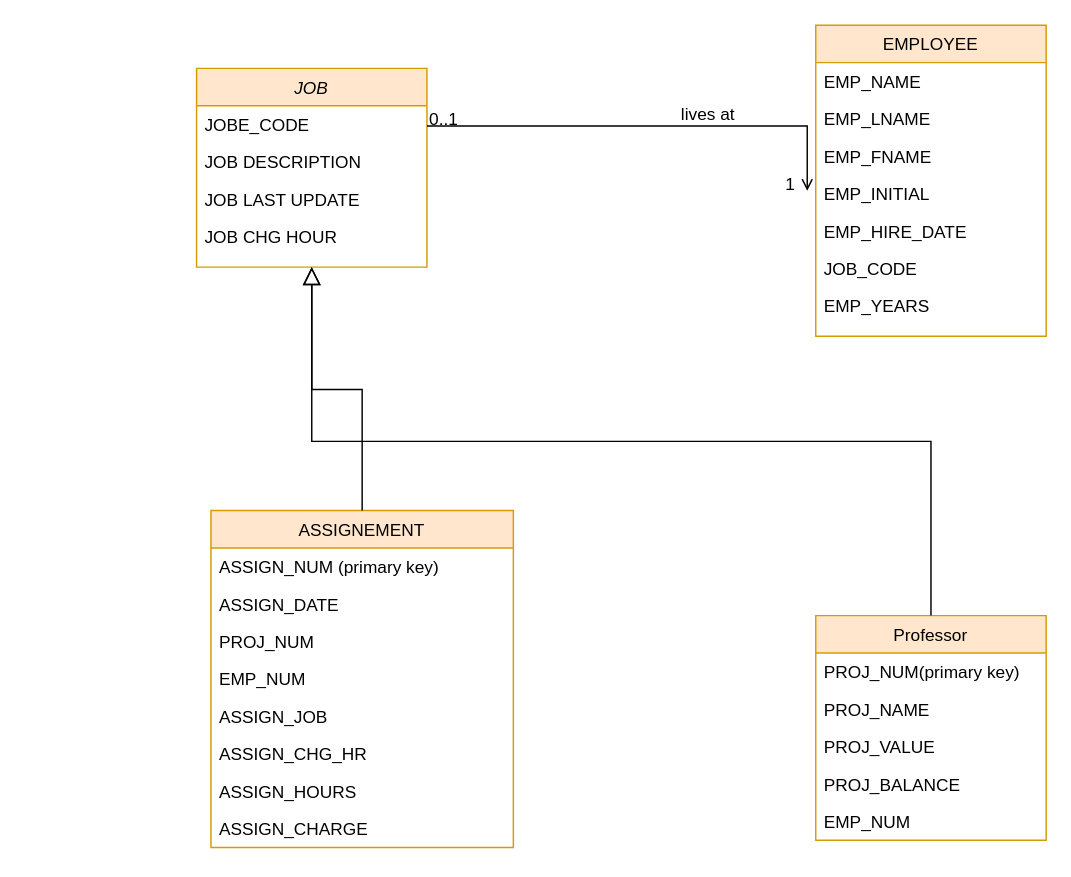
Earlier version of the draw.io diagram employee relational.drawio (Collins07/Employee-data). Source tidied: cells renumbered, new cells numbered last; positions are measured from the earlier drawing's top-left corner, leaving out a move shared by most shapes. Both pictures are drawn from the tidied source at 144%, with x=0, y=0 at pixel (196, 24).
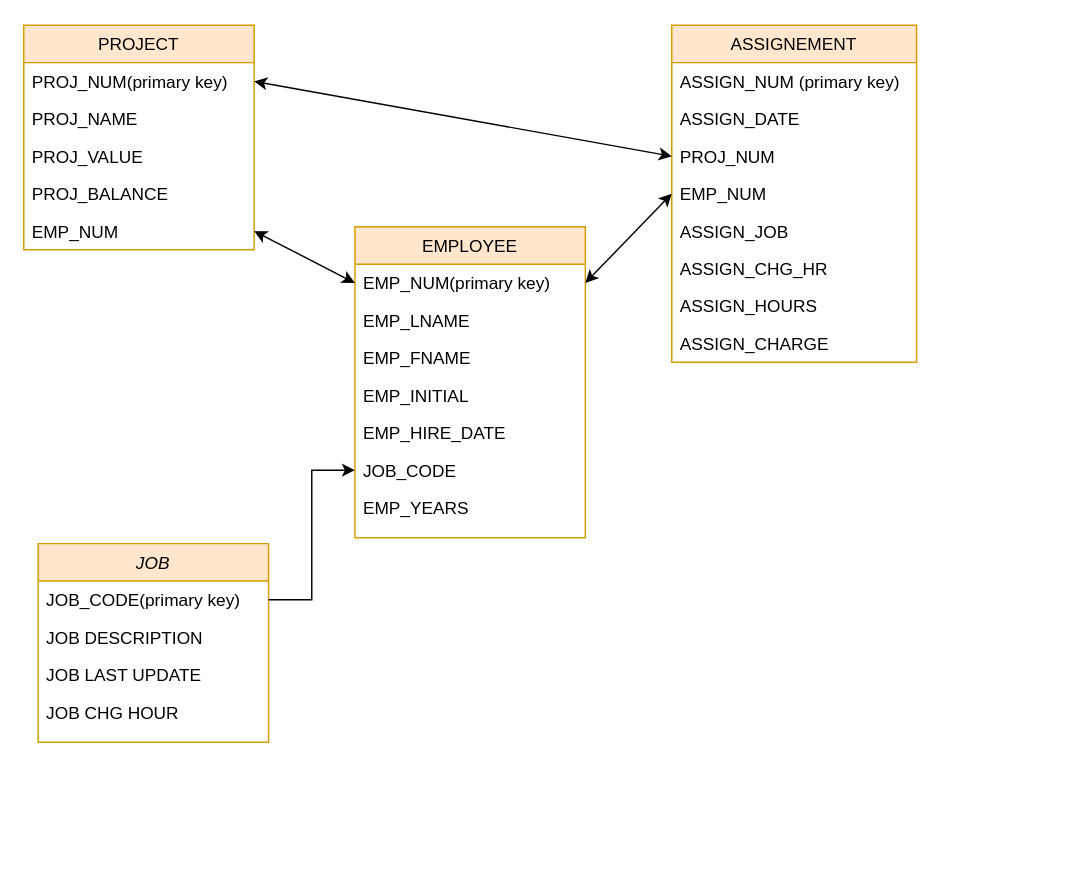
The same page after the edit.

Unchanged cells that the change refers to:
```xml
<mxCell id="18" value="PROJ_NUM(primary key)" style="text;align=left;verticalAlign=top;spacingLeft=4;spacingRight=4;overflow=hidden;points=[[0,0.5],[1,0.5]];portConstraint=eastwest;" parent="17" vertex="1">
  <mxGeometry y="26" width="160" height="26" as="geometry" />
</mxCell>
<mxCell id="22" value="EMP_NUM" style="text;align=left;verticalAlign=top;spacingLeft=4;spacingRight=4;overflow=hidden;points=[[0,0.5],[1,0.5]];portConstraint=eastwest;" parent="17" vertex="1">
  <mxGeometry y="130" width="160" height="26" as="geometry" />
</mxCell>
<mxCell id="28" value="EMP_INITIAL" style="text;align=left;verticalAlign=top;spacingLeft=4;spacingRight=4;overflow=hidden;points=[[0,0.5],[1,0.5]];portConstraint=eastwest;rounded=0;shadow=0;html=0;" parent="24" vertex="1">
  <mxGeometry y="104" width="160" height="26" as="geometry" />
</mxCell>
<mxCell id="30" value="JOB_CODE" style="text;align=left;verticalAlign=top;spacingLeft=4;spacingRight=4;overflow=hidden;points=[[0,0.5],[1,0.5]];portConstraint=eastwest;" parent="24" vertex="1">
  <mxGeometry y="156" width="160" height="26" as="geometry" />
</mxCell>
```

Change to the diagram source:
```diff
@@
     <mxCell id="2" value="JOB" style="swimlane;fontStyle=2;align=center;verticalAlign=top;horizontal=1;startSize=26;rounded=0;shadow=0;strokeWidth=1;fillColor=#ffe6cc;strokeColor=#d79b00;" parent="1" vertex="1">
-      <mxGeometry y="30" width="160" height="138" as="geometry" />
+      <mxGeometry x="-110" y="360" width="160" height="138" as="geometry" />
     </mxCell>
-    <mxCell id="3" value="JOBE_CODE" style="text;align=left;verticalAlign=top;spacingLeft=4;spacingRight=4;overflow=hidden;points=[[0,0.5],[1,0.5]];portConstraint=eastwest;rounded=0;shadow=0;html=0;" parent="2" vertex="1">
+    <mxCell id="3" value="JOB_CODE(primary key)" style="text;align=left;verticalAlign=top;spacingLeft=4;spacingRight=4;overflow=hidden;points=[[0,0.5],[1,0.5]];portConstraint=eastwest;rounded=0;shadow=0;html=0;" parent="2" vertex="1">
       <mxGeometry y="26" width="160" height="26" as="geometry" />
     </mxCell>
@@
     <mxCell id="7" value="ASSIGNEMENT" style="swimlane;fontStyle=0;align=center;verticalAlign=top;horizontal=1;startSize=26;rounded=0;shadow=0;strokeWidth=1;fillColor=#ffe6cc;strokeColor=#d79b00;" parent="1" vertex="1">
-      <mxGeometry x="10" y="337" width="210" height="234" as="geometry" />
+      <mxGeometry x="330" width="170" height="234" as="geometry" />
     </mxCell>
     <mxCell id="8" value="ASSIGN_NUM (primary key)" style="text;align=left;verticalAlign=top;spacingLeft=4;spacingRight=4;overflow=hidden;" parent="7" vertex="1">
-      <mxGeometry y="26" width="210" height="26" as="geometry" />
+      <mxGeometry y="26" width="170" height="26" as="geometry" />
     </mxCell>
     <mxCell id="9" value="ASSIGN_DATE" style="text;align=left;verticalAlign=top;spacingLeft=4;spacingRight=4;overflow=hidden;rounded=0;shadow=0;html=0;" parent="7" vertex="1">
-      <mxGeometry y="52" width="210" height="26" as="geometry" />
+      <mxGeometry y="52" width="170" height="26" as="geometry" />
     </mxCell>
     <mxCell id="10" value="PROJ_NUM" style="text;align=left;verticalAlign=top;spacingLeft=4;spacingRight=4;overflow=hidden;points=[[0,0.5],[1,0.5]];portConstraint=eastwest;fontStyle=0;" parent="7" vertex="1">
-      <mxGeometry y="78" width="210" height="26" as="geometry" />
+      <mxGeometry y="78" width="170" height="26" as="geometry" />
     </mxCell>
     <mxCell id="11" value="EMP_NUM" style="text;align=left;verticalAlign=top;spacingLeft=4;spacingRight=4;overflow=hidden;points=[[0,0.5],[1,0.5]];portConstraint=eastwest;fontStyle=0;" parent="7" vertex="1">
-      <mxGeometry y="104" width="210" height="26" as="geometry" />
+      <mxGeometry y="104" width="170" height="26" as="geometry" />
     </mxCell>
     <mxCell id="12" value="ASSIGN_JOB" style="text;align=left;verticalAlign=top;spacingLeft=4;spacingRight=4;overflow=hidden;" parent="7" vertex="1">
-      <mxGeometry y="130" width="210" height="26" as="geometry" />
+      <mxGeometry y="130" width="170" height="26" as="geometry" />
     </mxCell>
     <mxCell id="13" value="ASSIGN_CHG_HR" style="text;align=left;verticalAlign=top;spacingLeft=4;spacingRight=4;overflow=hidden;" parent="7" vertex="1">
-      <mxGeometry y="156" width="210" height="26" as="geometry" />
+      <mxGeometry y="156" width="170" height="26" as="geometry" />
     </mxCell>
     <mxCell id="14" value="ASSIGN_HOURS" style="text;align=left;verticalAlign=top;spacingLeft=4;spacingRight=4;overflow=hidden;" parent="7" vertex="1">
-      <mxGeometry y="182" width="210" height="26" as="geometry" />
+      <mxGeometry y="182" width="170" height="26" as="geometry" />
     </mxCell>
     <mxCell id="15" value="ASSIGN_CHARGE" style="text;align=left;verticalAlign=top;spacingLeft=4;spacingRight=4;overflow=hidden;" parent="7" vertex="1">
-      <mxGeometry y="208" width="210" height="26" as="geometry" />
+      <mxGeometry y="208" width="170" height="26" as="geometry" />
     </mxCell>
-    <mxCell id="16" style="endArrow=block;endSize=10;endFill=0;shadow=0;strokeWidth=1;rounded=0;edgeStyle=elbowEdgeStyle;elbow=vertical;" parent="1" edge="1" source="7" target="2">
-      <mxGeometry relative="1" as="geometry" />
-    </mxCell>
-    <mxCell id="17" value="Professor" style="swimlane;fontStyle=0;align=center;verticalAlign=top;horizontal=1;startSize=26;rounded=0;shadow=0;strokeWidth=1;fillColor=#ffe6cc;strokeColor=#d79b00;" parent="1" vertex="1">
-      <mxGeometry x="430" y="410" width="160" height="156" as="geometry" />
+    <mxCell id="17" value="PROJECT" style="swimlane;fontStyle=0;align=center;verticalAlign=top;horizontal=1;startSize=26;rounded=0;shadow=0;strokeWidth=1;fillColor=#ffe6cc;strokeColor=#d79b00;" parent="1" vertex="1">
+      <mxGeometry x="-120" width="160" height="156" as="geometry" />
     </mxCell>
@@
-    <mxCell id="23" style="endArrow=block;endSize=10;endFill=0;shadow=0;strokeWidth=1;rounded=0;edgeStyle=elbowEdgeStyle;elbow=vertical;" parent="1" edge="1" source="17" target="2">
-      <mxGeometry relative="1" as="geometry" />
-    </mxCell>
     <mxCell id="24" value="EMPLOYEE" style="swimlane;fontStyle=0;align=center;verticalAlign=top;horizontal=1;startSize=26;rounded=0;shadow=0;strokeWidth=1;fillColor=#ffe6cc;strokeColor=#d79b00;" parent="1" vertex="1">
-      <mxGeometry x="430" width="160" height="216" as="geometry" />
+      <mxGeometry x="110" y="140" width="160" height="216" as="geometry" />
     </mxCell>
-    <mxCell id="25" value="EMP_NAME" style="text;align=left;verticalAlign=top;spacingLeft=4;spacingRight=4;overflow=hidden;points=[[0,0.5],[1,0.5]];portConstraint=eastwest;" parent="24" vertex="1">
+    <mxCell id="25" value="EMP_NUM(primary key)" style="text;align=left;verticalAlign=top;spacingLeft=4;spacingRight=4;overflow=hidden;points=[[0,0.5],[1,0.5]];portConstraint=eastwest;" parent="24" vertex="1">
       <mxGeometry y="26" width="160" height="26" as="geometry" />
     </mxCell>
@@
-    <mxCell id="32" style="endArrow=open;shadow=0;strokeWidth=1;rounded=0;endFill=1;edgeStyle=elbowEdgeStyle;elbow=vertical;entryX=-0.037;entryY=0.423;entryDx=0;entryDy=0;entryPerimeter=0;" parent="1" edge="1" source="2" target="28">
-      <mxGeometry x="0.5" y="41" relative="1" as="geometry">
-        <Array as="points">
-          <mxPoint x="200" y="70" />
-        </Array>
-        <mxPoint x="-40" y="32" as="offset" />
-      </mxGeometry>
-    </mxCell>
-    <mxCell id="33" value="0..1" style="align=left;verticalAlign=bottom;labelBackgroundColor=none;fontSize=12;" parent="32" vertex="1">
-      <mxGeometry x="-1" relative="1" as="geometry">
-        <mxPoint y="4" as="offset" />
-      </mxGeometry>
-    </mxCell>
-    <mxCell id="34" value="1" style="align=right;verticalAlign=bottom;labelBackgroundColor=none;fontSize=12;" parent="32" vertex="1">
-      <mxGeometry x="1" relative="1" as="geometry">
-        <mxPoint x="-7" y="4" as="offset" />
-      </mxGeometry>
-    </mxCell>
-    <mxCell id="35" value="lives at" style="text;html=1;align=center;verticalAlign=middle;labelBackgroundColor=none;rounded=0;shadow=0;strokeWidth=1;fontSize=12;" parent="32" vertex="1">
-      <mxGeometry x="0.5" y="49" relative="1" as="geometry">
-        <mxPoint x="-38" y="40" as="offset" />
-      </mxGeometry>
-    </mxCell>
+    <mxCell id="36" style="endArrow=classic;startArrow=classic;html=1;rounded=0;exitX=1;exitY=0.5;exitDx=0;exitDy=0;entryX=0;entryY=0.5;entryDx=0;entryDy=0;" parent="1" edge="1" source="22" target="25">
+      <mxGeometry relative="1" as="geometry" />
+    </mxCell>
+    <mxCell id="37" style="edgeStyle=orthogonalEdgeStyle;rounded=0;jettySize=auto;html=1;entryX=0;entryY=0.5;entryDx=0;entryDy=0;exitX=1;exitY=0.5;exitDx=0;exitDy=0;" parent="1" edge="1" source="3" target="30">
+      <mxGeometry relative="1" as="geometry" />
+    </mxCell>
+    <mxCell id="38" style="endArrow=classic;startArrow=classic;html=1;rounded=0;entryX=0;entryY=0.5;entryDx=0;entryDy=0;exitX=1;exitY=0.5;exitDx=0;exitDy=0;" parent="1" edge="1" source="25" target="11">
+      <mxGeometry relative="1" as="geometry" />
+    </mxCell>
+    <mxCell id="39" style="endArrow=classic;startArrow=classic;html=1;rounded=0;entryX=0;entryY=0.5;entryDx=0;entryDy=0;exitX=1;exitY=0.5;exitDx=0;exitDy=0;" parent="1" edge="1" source="18" target="10">
+      <mxGeometry relative="1" as="geometry" />
+    </mxCell>
```
